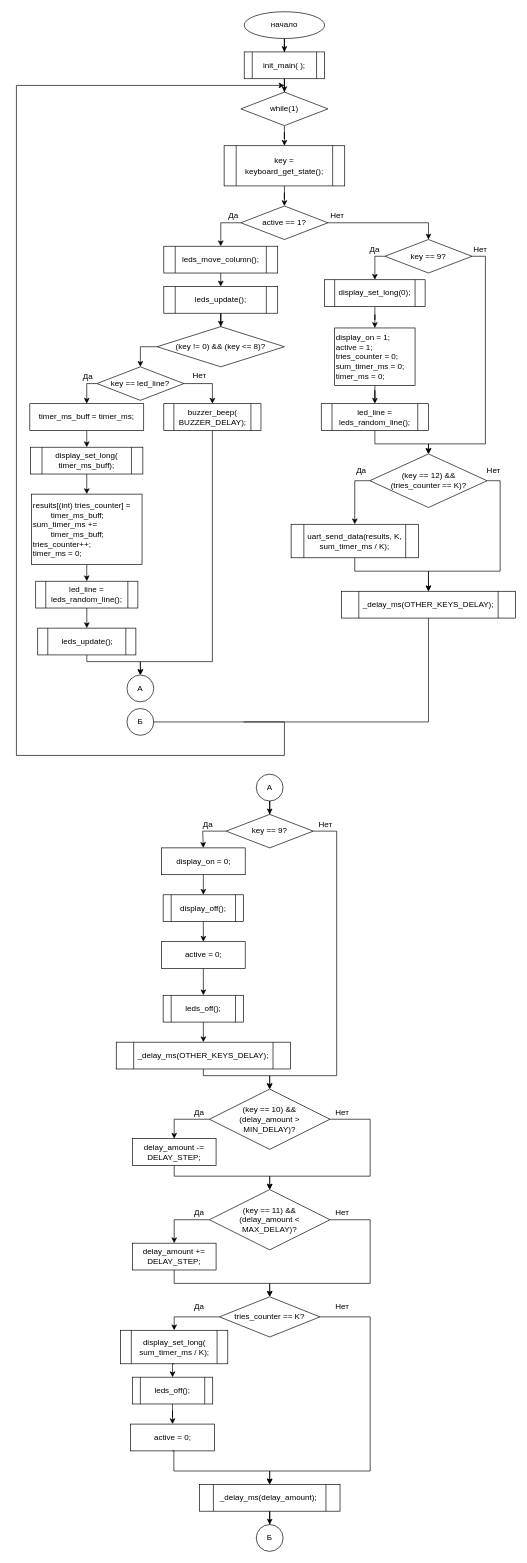
This is page "Страница 3" (3 of 3) of mk_course_work/RPZ/additional_diagrams.drawio from Trickster2038/BmstuDocs7, a draw.io file, before an edit. Source tidied: cells renumbered, new cells numbered last; positions are measured from the earlier drawing's top-left corner, leaving out a move shared by most shapes. Both pictures are drawn from the tidied source at 67%, with x=0, y=0 at pixel (16, 11).
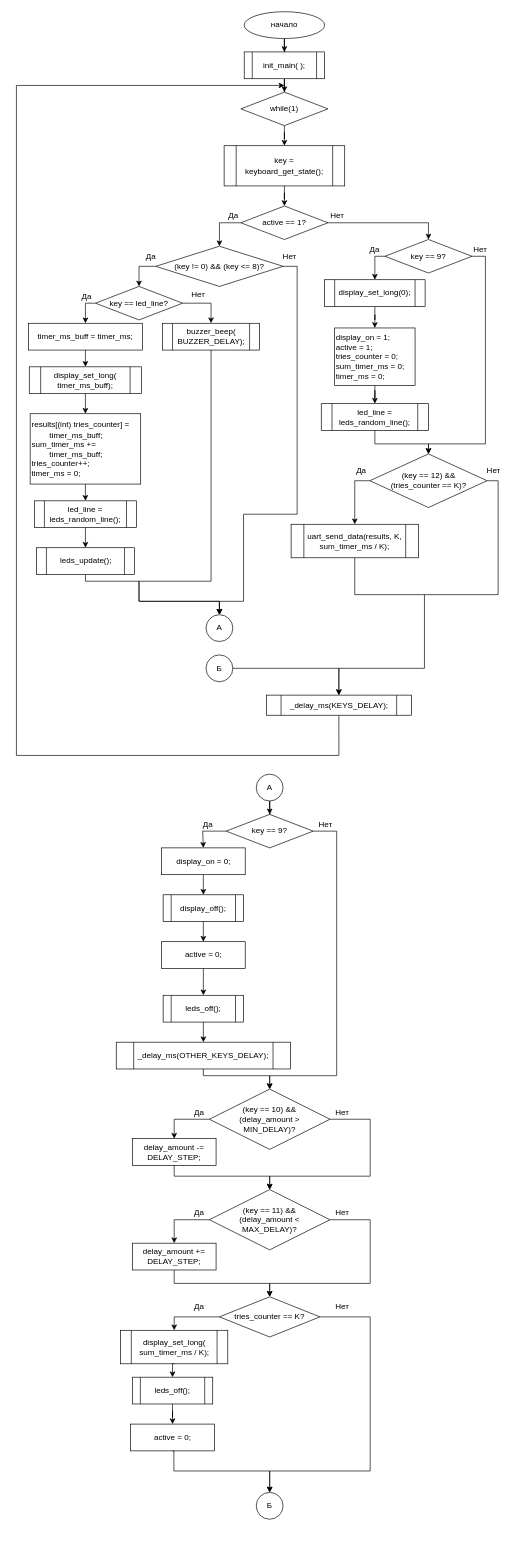
The same page after the edit.

The change refers to these unchanged cells:
```xml
<mxCell id="10" value="active == 1?" style="rhombus;whiteSpace=wrap;html=1;" parent="1" vertex="1">
  <mxGeometry x="335" y="290" width="130" height="50" as="geometry" />
</mxCell>
<mxCell id="34" value="tries_counter == K?" style="rhombus;whiteSpace=wrap;html=1;" parent="1" vertex="1">
  <mxGeometry x="303" y="1918" width="150" height="60" as="geometry" />
</mxCell>
<mxCell id="38" value="active = &lt;span class=&quot;pl-c1&quot;&gt;0&lt;/span&gt;;" style="rounded=0;whiteSpace=wrap;html=1;" parent="1" vertex="1">
  <mxGeometry x="170.5" y="2108" width="125" height="40" as="geometry" />
</mxCell>
<mxCell id="47" value="(key == 12) &amp;amp;&amp;amp; &lt;br&gt;(tries_counter == K)&lt;span class=&quot;pl-c1&quot;&gt;?&lt;/span&gt;" style="rhombus;whiteSpace=wrap;html=1;" parent="1" vertex="1">
  <mxGeometry x="527.5" y="660" width="175" height="80" as="geometry" />
</mxCell>
<mxCell id="48" value="&lt;span class=&quot;pl-c1&quot;&gt;uart_send_data&lt;/span&gt;(results, K, sum_timer_ms / K);" style="shape=process;whiteSpace=wrap;html=1;backgroundOutline=1;" parent="1" vertex="1">
  <mxGeometry x="410" y="765" width="190" height="50" as="geometry" />
</mxCell>
```

The edit, as a diff of the source:
```diff
@@
-    <mxCell id="11" value="&lt;span class=&quot;pl-c1&quot;&gt;leds_move_column&lt;/span&gt;();" style="shape=process;whiteSpace=wrap;html=1;backgroundOutline=1;" parent="1" vertex="1">
-      <mxGeometry x="220" y="350" width="170" height="40" as="geometry" />
-    </mxCell>
-    <mxCell id="12" style="edgeStyle=orthogonalEdgeStyle;rounded=0;jettySize=auto;html=1;entryX=0.5;entryY=0;entryDx=0;entryDy=0;" parent="1" edge="1" source="13" target="14">
-      <mxGeometry relative="1" as="geometry" />
-    </mxCell>
-    <mxCell id="13" value="&lt;span class=&quot;pl-c1&quot;&gt;leds_update&lt;/span&gt;();" style="shape=process;whiteSpace=wrap;html=1;backgroundOutline=1;" parent="1" vertex="1">
-      <mxGeometry x="220" y="410" width="170" height="40" as="geometry" />
-    </mxCell>
     <mxCell id="14" value="(key != &lt;span class=&quot;pl-c1&quot;&gt;0&lt;/span&gt;) &amp;amp;&amp;amp; (key &amp;lt;= &lt;span class=&quot;pl-c1&quot;&gt;8&lt;/span&gt;)?" style="rhombus;whiteSpace=wrap;html=1;" parent="1" vertex="1">
-      <mxGeometry x="210" y="470" width="190" height="60" as="geometry" />
+      <mxGeometry x="208" y="350" width="190" height="60" as="geometry" />
     </mxCell>
     <mxCell id="15" value="key == led_line?" style="rhombus;whiteSpace=wrap;html=1;" parent="1" vertex="1">
-      <mxGeometry x="120" y="530" width="130" height="50" as="geometry" />
+      <mxGeometry x="118" y="410" width="130" height="50" as="geometry" />
     </mxCell>
@@
     <mxCell id="17" value="timer_ms_buff = timer_ms;" style="rounded=0;whiteSpace=wrap;html=1;" parent="1" vertex="1">
-      <mxGeometry x="20" y="585" width="170" height="40" as="geometry" />
+      <mxGeometry x="18" y="465" width="170" height="40" as="geometry" />
     </mxCell>
@@
     <mxCell id="19" value="&lt;span class=&quot;pl-c1&quot;&gt;display_set_long&lt;/span&gt;(&lt;br&gt;timer_ms_buff);" style="shape=process;whiteSpace=wrap;html=1;backgroundOutline=1;" parent="1" vertex="1">
-      <mxGeometry x="21.2" y="650" width="167.5" height="40" as="geometry" />
+      <mxGeometry x="19.2" y="530" width="167.5" height="40" as="geometry" />
     </mxCell>
@@
     <mxCell id="21" value="results[(&lt;span class=&quot;pl-k&quot;&gt;int&lt;/span&gt;) tries_counter] = &lt;br&gt;&lt;span style=&quot;white-space: pre;&quot;&gt;&#9;&lt;/span&gt;timer_ms_buff;&lt;br&gt;sum_timer_ms += &lt;br&gt;&lt;span style=&quot;white-space: pre;&quot;&gt;&#9;&lt;/span&gt;timer_ms_buff;&lt;br&gt;tries_counter++;&lt;br&gt;timer_ms = &lt;span class=&quot;pl-c1&quot;&gt;0&lt;/span&gt;;" style="rounded=0;whiteSpace=wrap;html=1;align=left;" parent="1" vertex="1">
-      <mxGeometry x="22.5" y="720" width="165" height="105" as="geometry" />
+      <mxGeometry x="20.5" y="600" width="165" height="105" as="geometry" />
     </mxCell>
     <mxCell id="22" value="led_line = &lt;br&gt;&lt;span class=&quot;pl-c1&quot;&gt;leds_random_line&lt;/span&gt;();" style="shape=process;whiteSpace=wrap;html=1;backgroundOutline=1;" parent="1" vertex="1">
-      <mxGeometry x="28.8" y="850" width="152.5" height="40" as="geometry" />
+      <mxGeometry x="26.8" y="730" width="152.5" height="40" as="geometry" />
     </mxCell>
     <mxCell id="23" value="&lt;span class=&quot;pl-c1&quot;&gt;buzzer_beep&lt;/span&gt;(&lt;br&gt;BUZZER_DELAY);" style="shape=process;whiteSpace=wrap;html=1;backgroundOutline=1;" parent="1" vertex="1">
-      <mxGeometry x="220" y="585" width="145" height="40" as="geometry" />
+      <mxGeometry x="218" y="465" width="145" height="40" as="geometry" />
     </mxCell>
@@
-    <mxCell id="39" style="edgeStyle=orthogonalEdgeStyle;rounded=0;jettySize=auto;html=1;" parent="1" edge="1" source="40" target="83">
-      <mxGeometry relative="1" as="geometry" />
-    </mxCell>
-    <mxCell id="40" value="&lt;span class=&quot;pl-c1&quot;&gt;_delay_ms&lt;/span&gt;(delay_amount);&amp;nbsp;" style="shape=process;whiteSpace=wrap;html=1;backgroundOutline=1;" parent="1" vertex="1">
-      <mxGeometry x="273" y="2198" width="210" height="40" as="geometry" />
-    </mxCell>
@@
-    <mxCell id="49" value="&lt;span class=&quot;pl-c1&quot;&gt;_delay_ms&lt;/span&gt;(OTHER_KEYS_DELAY);" style="shape=process;whiteSpace=wrap;html=1;backgroundOutline=1;" parent="1" vertex="1">
-      <mxGeometry x="485" y="865" width="260" height="40" as="geometry" />
-    </mxCell>
-    <mxCell id="50" style="endArrow=classic;html=1;rounded=0;entryX=0.5;entryY=0;entryDx=0;entryDy=0;exitX=0;exitY=0.5;exitDx=0;exitDy=0;edgeStyle=orthogonalEdgeStyle;" parent="1" edge="1" source="10" target="11">
+    <mxCell id="50" style="endArrow=classic;html=1;rounded=0;exitX=0;exitY=0.5;exitDx=0;exitDy=0;edgeStyle=orthogonalEdgeStyle;entryX=0.5;entryY=0;entryDx=0;entryDy=0;" parent="1" edge="1" source="10" target="14">
       <mxGeometry relative="1" as="geometry" />
     </mxCell>
-    <mxCell id="51" style="endArrow=classic;html=1;rounded=0;exitX=0.5;exitY=1;exitDx=0;exitDy=0;entryX=0.5;entryY=0;entryDx=0;entryDy=0;" parent="1" edge="1" source="11" target="13">
-      <mxGeometry relative="1" as="geometry" />
-    </mxCell>
@@
     <mxCell id="55" value="А" style="ellipse;whiteSpace=wrap;html=1;" parent="1" vertex="1">
-      <mxGeometry x="165" y="990" width="40" height="40" as="geometry" />
+      <mxGeometry x="283" y="900" width="40" height="40" as="geometry" />
     </mxCell>
     <mxCell id="56" value="Б" style="ellipse;whiteSpace=wrap;html=1;" parent="1" vertex="1">
-      <mxGeometry x="165" y="1040" width="40" height="40" as="geometry" />
+      <mxGeometry x="283" y="960" width="40" height="40" as="geometry" />
     </mxCell>
     <mxCell id="57" style="endArrow=classic;html=1;rounded=0;entryX=0.5;entryY=0;entryDx=0;entryDy=0;exitX=0.5;exitY=1;exitDx=0;exitDy=0;edgeStyle=orthogonalEdgeStyle;" parent="1" edge="1" source="23" target="55">
       <mxGeometry relative="1" as="geometry">
         <Array as="points">
-          <mxPoint x="293" y="970" />
-          <mxPoint x="185" y="970" />
+          <mxPoint x="291" y="850" />
+          <mxPoint x="183" y="850" />
+          <mxPoint x="183" y="880" />
+          <mxPoint x="303" y="880" />
         </Array>
       </mxGeometry>
     </mxCell>
     <mxCell id="58" style="endArrow=classic;html=1;rounded=0;entryX=0.5;entryY=0;entryDx=0;entryDy=0;exitX=0.5;exitY=1;exitDx=0;exitDy=0;edgeStyle=orthogonalEdgeStyle;" parent="1" edge="1" source="104" target="55">
       <mxGeometry relative="1" as="geometry">
         <Array as="points">
-          <mxPoint x="105" y="970" />
-          <mxPoint x="185" y="970" />
+          <mxPoint x="103" y="850" />
+          <mxPoint x="183" y="850" />
+          <mxPoint x="183" y="880" />
+          <mxPoint x="303" y="880" />
         </Array>
       </mxGeometry>
     </mxCell>
-    <mxCell id="59" style="edgeStyle=orthogonalEdgeStyle;rounded=0;jettySize=auto;html=1;exitX=1;exitY=0.5;exitDx=0;exitDy=0;" parent="1" edge="1" source="56">
+    <mxCell id="59" style="edgeStyle=orthogonalEdgeStyle;rounded=0;jettySize=auto;html=1;exitX=0.5;exitY=1;exitDx=0;exitDy=0;" parent="1" edge="1" source="107">
       <mxGeometry relative="1" as="geometry">
         <mxPoint x="400" y="110" as="targetPoint" />
         <Array as="points">
-          <mxPoint x="400" y="1060" />
-          <mxPoint x="400" y="1110" />
+          <mxPoint x="481" y="1110" />
           <mxPoint y="1110" />
           <mxPoint y="110" />
         </Array>
       </mxGeometry>
     </mxCell>
@@
-    <mxCell id="65" style="edgeStyle=orthogonalEdgeStyle;rounded=0;jettySize=auto;html=1;entryX=0.5;entryY=0;entryDx=0;entryDy=0;exitX=0.5;exitY=1;exitDx=0;exitDy=0;" parent="1" edge="1" source="48" target="49">
-      <mxGeometry relative="1" as="geometry">
-        <Array as="points">
-          <mxPoint x="505" y="835" />
-          <mxPoint x="615" y="835" />
-        </Array>
-      </mxGeometry>
-    </mxCell>
-    <mxCell id="66" style="edgeStyle=orthogonalEdgeStyle;rounded=0;jettySize=auto;html=1;entryX=0.5;entryY=0;entryDx=0;entryDy=0;exitX=1;exitY=0.5;exitDx=0;exitDy=0;" parent="1" edge="1" source="47" target="49">
-      <mxGeometry relative="1" as="geometry">
-        <Array as="points">
-          <mxPoint x="722" y="700" />
-          <mxPoint x="722" y="835" />
-          <mxPoint x="615" y="835" />
-        </Array>
-      </mxGeometry>
-    </mxCell>
-    <mxCell id="67" style="endArrow=none;html=1;rounded=0;edgeStyle=orthogonalEdgeStyle;entryX=0.5;entryY=1;entryDx=0;entryDy=0;" parent="1" edge="1" target="49">
+    <mxCell id="67" style="endArrow=none;html=1;rounded=0;edgeStyle=orthogonalEdgeStyle;entryX=1;entryY=0.5;entryDx=0;entryDy=0;exitX=0.5;exitY=0;exitDx=0;exitDy=0;startArrow=classic;startFill=1;" parent="1" edge="1" source="107" target="56">
       <mxGeometry relative="1" as="geometry">
-        <mxPoint x="339" y="1060" as="sourcePoint" />
         <Array as="points">
-          <mxPoint x="359" y="1060" />
-          <mxPoint x="615" y="1060" />
+          <mxPoint x="481" y="980" />
         </Array>
       </mxGeometry>
     </mxCell>
@@
-    <mxCell id="80" style="edgeStyle=orthogonalEdgeStyle;rounded=0;jettySize=auto;html=1;entryX=0.5;entryY=0;entryDx=0;entryDy=0;exitX=0.5;exitY=1;exitDx=0;exitDy=0;" parent="1" edge="1" source="38" target="40">
+    <mxCell id="80" style="edgeStyle=orthogonalEdgeStyle;rounded=0;jettySize=auto;html=1;entryX=0.5;entryY=0;entryDx=0;entryDy=0;exitX=0.5;exitY=1;exitDx=0;exitDy=0;" parent="1" edge="1" source="38" target="83">
       <mxGeometry relative="1" as="geometry">
         <Array as="points">
           <mxPoint x="235" y="2148" />
           <mxPoint x="235" y="2178" />
           <mxPoint x="378" y="2178" />
         </Array>
       </mxGeometry>
     </mxCell>
@@
     <mxCell id="83" value="Б" style="ellipse;whiteSpace=wrap;html=1;" parent="1" vertex="1">
-      <mxGeometry x="358" y="2258" width="40" height="40" as="geometry" />
+      <mxGeometry x="358" y="2210" width="40" height="40" as="geometry" />
     </mxCell>
@@
-    <mxCell id="87" style="edgeStyle=orthogonalEdgeStyle;rounded=0;jettySize=auto;html=1;entryX=0.5;entryY=0;entryDx=0;entryDy=0;exitX=1;exitY=0.5;exitDx=0;exitDy=0;" parent="1" edge="1" source="34" target="40">
+    <mxCell id="87" style="edgeStyle=orthogonalEdgeStyle;rounded=0;jettySize=auto;html=1;entryX=0.5;entryY=0;entryDx=0;entryDy=0;exitX=1;exitY=0.5;exitDx=0;exitDy=0;" parent="1" edge="1" source="34" target="83">
       <mxGeometry relative="1" as="geometry">
         <Array as="points">
           <mxPoint x="528" y="1948" />
           <mxPoint x="528" y="2178" />
           <mxPoint x="378" y="2178" />
         </Array>
       </mxGeometry>
     </mxCell>
@@
     <mxCell id="89" value="Да" style="text;html=1;strokeColor=none;fillColor=none;align=center;verticalAlign=middle;whiteSpace=wrap;rounded=0;" parent="1" vertex="1">
-      <mxGeometry x="76.5" y="530" width="60" height="30" as="geometry" />
+      <mxGeometry x="74.5" y="410" width="60" height="30" as="geometry" />
     </mxCell>
@@
     <mxCell id="97" value="Нет" style="text;html=1;strokeColor=none;fillColor=none;align=center;verticalAlign=middle;whiteSpace=wrap;rounded=0;" parent="1" vertex="1">
-      <mxGeometry x="250" y="530" width="46.5" height="25" as="geometry" />
+      <mxGeometry x="248" y="410" width="46.5" height="25" as="geometry" />
     </mxCell>
@@
     <mxCell id="104" value="&lt;span class=&quot;pl-c1&quot;&gt;leds_update&lt;/span&gt;();" style="shape=process;whiteSpace=wrap;html=1;backgroundOutline=1;" parent="1" vertex="1">
-      <mxGeometry x="31.8" y="920" width="146.5" height="40" as="geometry" />
+      <mxGeometry x="29.8" y="800" width="146.5" height="40" as="geometry" />
     </mxCell>
@@
+    <mxCell id="106" style="edgeStyle=orthogonalEdgeStyle;rounded=0;jettySize=auto;html=1;entryX=0.5;entryY=0;entryDx=0;entryDy=0;exitX=1;exitY=0.5;exitDx=0;exitDy=0;" parent="1" edge="1" source="14" target="55">
+      <mxGeometry relative="1" as="geometry">
+        <Array as="points">
+          <mxPoint x="419" y="380" />
+          <mxPoint x="419" y="750" />
+          <mxPoint x="339" y="750" />
+          <mxPoint x="339" y="880" />
+          <mxPoint x="303" y="880" />
+        </Array>
+      </mxGeometry>
+    </mxCell>
+    <mxCell id="107" value="_delay_ms(KEYS_DELAY);" style="shape=process;whiteSpace=wrap;html=1;backgroundOutline=1;" parent="1" vertex="1">
+      <mxGeometry x="373" y="1020" width="216.5" height="30" as="geometry" />
+    </mxCell>
+    <mxCell id="108" style="endArrow=none;html=1;rounded=0;edgeStyle=orthogonalEdgeStyle;entryX=1;entryY=0.5;entryDx=0;entryDy=0;exitX=0.5;exitY=1;exitDx=0;exitDy=0;startArrow=none;startFill=0;" parent="1" edge="1" source="48" target="47">
+      <mxGeometry relative="1" as="geometry">
+        <Array as="points">
+          <mxPoint x="505" y="870" />
+          <mxPoint x="719" y="870" />
+          <mxPoint x="719" y="700" />
+        </Array>
+      </mxGeometry>
+    </mxCell>
+    <mxCell id="109" style="endArrow=none;html=1;rounded=0;edgeStyle=orthogonalEdgeStyle;exitX=0.5;exitY=0;exitDx=0;exitDy=0;startArrow=classic;startFill=1;" parent="1" edge="1" source="107">
+      <mxGeometry relative="1" as="geometry">
+        <mxPoint x="609" y="870" as="targetPoint" />
+        <Array as="points">
+          <mxPoint x="481" y="980" />
+          <mxPoint x="609" y="980" />
+        </Array>
+      </mxGeometry>
+    </mxCell>
+    <mxCell id="110" value="Да" style="text;html=1;strokeColor=none;fillColor=none;align=center;verticalAlign=middle;whiteSpace=wrap;rounded=0;" parent="1" vertex="1">
+      <mxGeometry x="170.5" y="350" width="60" height="30" as="geometry" />
+    </mxCell>
+    <mxCell id="111" value="Нет" style="text;html=1;strokeColor=none;fillColor=none;align=center;verticalAlign=middle;whiteSpace=wrap;rounded=0;" parent="1" vertex="1">
+      <mxGeometry x="377.5" y="350" width="60" height="30" as="geometry" />
+    </mxCell>
```
